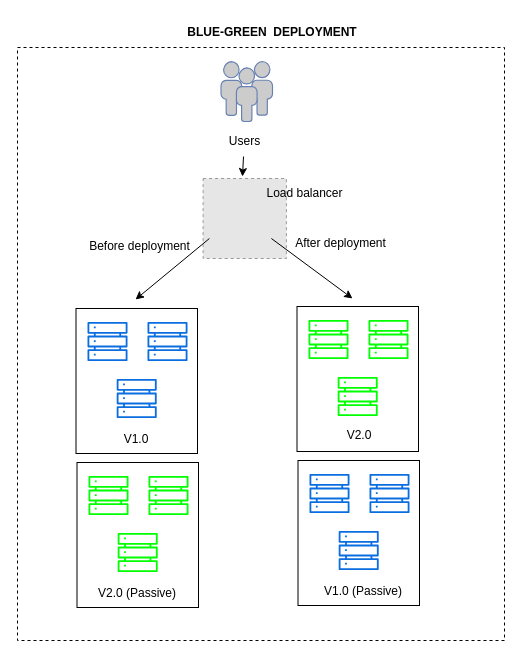
Earlier version of the draw.io diagram deploymentstrategy2.drawio (surajnaik90/Architectures-Designs). Source tidied: cells renumbered, new cells numbered last; positions are measured from the earlier drawing's top-left corner, leaving out a move shared by most shapes. Both pictures are drawn from the tidied source at 100%, with x=0, y=0 at pixel (17, 17). Pictures stored in the file or linked from it are replaced by grey dashed boxes.
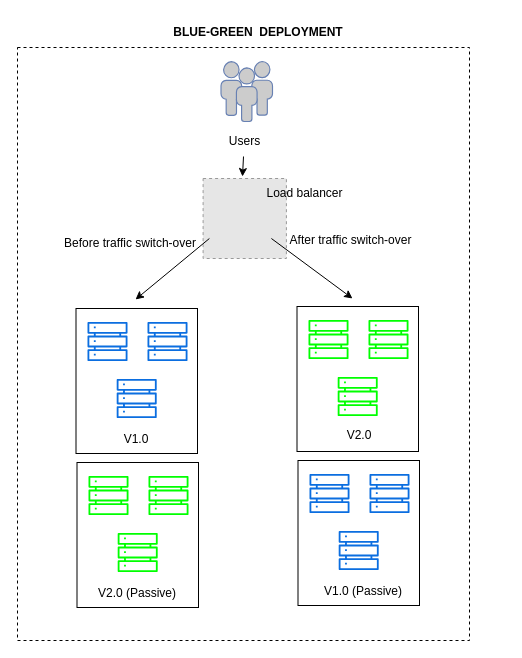
The same page after the edit.

The edit, as a diff of the source:
```diff
@@
     <mxCell id="2" style="rounded=0;whiteSpace=wrap;html=1;dashed=1;" parent="1" vertex="1">
-      <mxGeometry y="30" width="487" height="593" as="geometry" />
+      <mxGeometry y="30" width="452" height="593" as="geometry" />
     </mxCell>
@@
     <mxCell id="8" value="&lt;b&gt;BLUE-GREEN&amp;nbsp; DEPLOYMENT&lt;/b&gt;" style="text;html=1;align=center;verticalAlign=middle;whiteSpace=wrap;rounded=0;" parent="1" vertex="1">
-      <mxGeometry x="160.6" width="188.4" height="30" as="geometry" />
+      <mxGeometry x="147" width="188.4" height="30" as="geometry" />
     </mxCell>
@@
-    <mxCell id="16" value="Before deployment" style="text;html=1;align=center;verticalAlign=middle;whiteSpace=wrap;rounded=0;" parent="1" vertex="1">
-      <mxGeometry x="58.5" y="214" width="126.5" height="30" as="geometry" />
+    <mxCell id="16" value="Before traffic switch-over" style="text;html=1;align=center;verticalAlign=middle;whiteSpace=wrap;rounded=0;" parent="1" vertex="1">
+      <mxGeometry x="45" y="211" width="136" height="30" as="geometry" />
     </mxCell>
-    <mxCell id="17" value="After deployment" style="text;html=1;align=center;verticalAlign=middle;whiteSpace=wrap;rounded=0;" parent="1" vertex="1">
-      <mxGeometry x="260" y="211" width="126.5" height="30" as="geometry" />
+    <mxCell id="17" value="After traffic switch-over" style="text;html=1;align=center;verticalAlign=middle;whiteSpace=wrap;rounded=0;" parent="1" vertex="1">
+      <mxGeometry x="269.5" y="208" width="126.5" height="30" as="geometry" />
     </mxCell>
```
